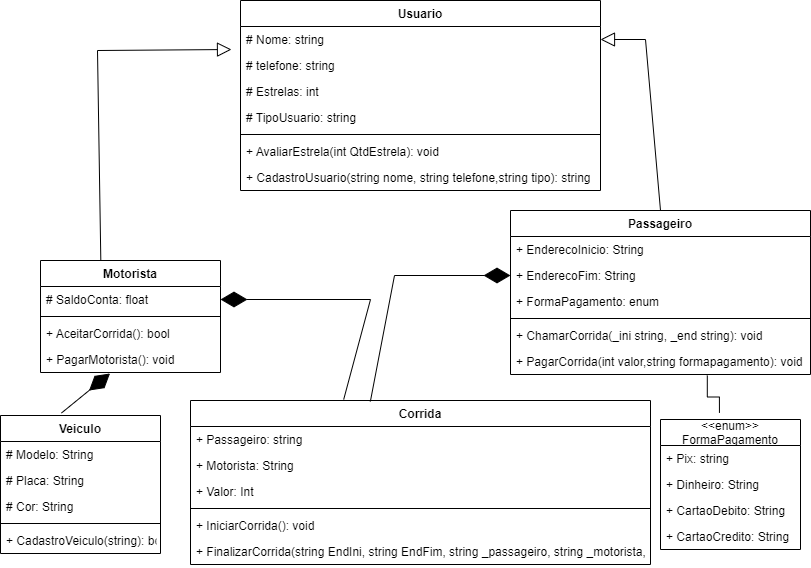
Before: DiagramaDeClasse.png, a diagram exported from draw.io (fabarl/Desafio). Source tidied: cells renumbered, new cells last; positions are measured from the earlier drawing's top-left corner, leaving out a move shared by most shapes.
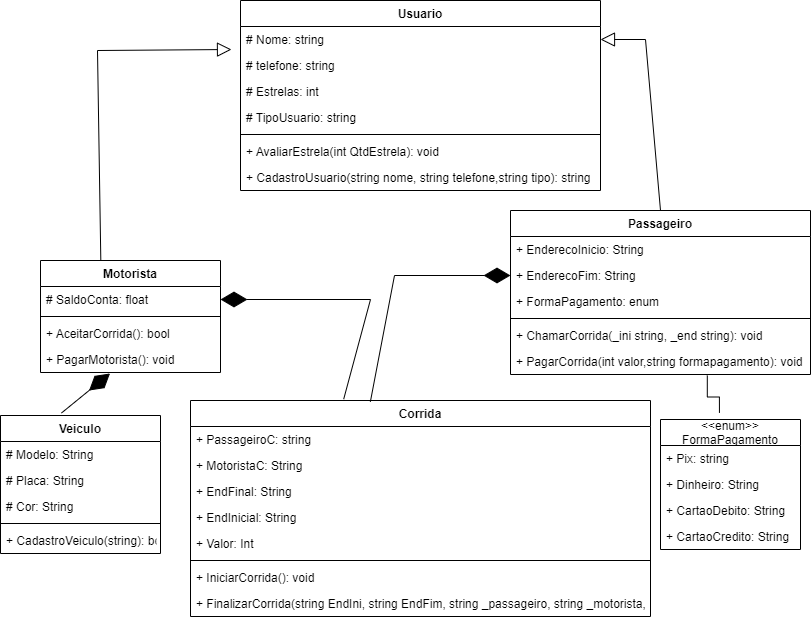
The same diagram one commit later.

Commit message:
Atualizado a Classe Corrida

Change to the diagram source:
```diff
@@ -27,25 +27,31 @@
       <mxGeometry y="164" width="360" height="26" as="geometry" />
     </mxCell>
     <mxCell id="10" value="Corrida" style="swimlane;fontStyle=1;align=center;verticalAlign=top;horizontal=1;startSize=26;" parent="1" vertex="1">
-      <mxGeometry x="190" y="400" width="460" height="164" as="geometry" />
+      <mxGeometry x="190" y="400" width="460" height="216" as="geometry" />
     </mxCell>
-    <mxCell id="11" value="+ Passageiro: string" style="text;strokeColor=none;fillColor=none;align=left;verticalAlign=top;spacingLeft=4;spacingRight=4;overflow=hidden;" parent="10" vertex="1">
+    <mxCell id="11" value="+ PassageiroC: string" style="text;strokeColor=none;fillColor=none;align=left;verticalAlign=top;spacingLeft=4;spacingRight=4;overflow=hidden;" parent="10" vertex="1">
       <mxGeometry y="26" width="460" height="26" as="geometry" />
     </mxCell>
-    <mxCell id="12" value="+ Motorista: String" style="text;strokeColor=none;fillColor=none;align=left;verticalAlign=top;spacingLeft=4;spacingRight=4;overflow=hidden;" parent="10" vertex="1">
+    <mxCell id="12" value="+ MotoristaC: String" style="text;strokeColor=none;fillColor=none;align=left;verticalAlign=top;spacingLeft=4;spacingRight=4;overflow=hidden;" parent="10" vertex="1">
       <mxGeometry y="52" width="460" height="26" as="geometry" />
     </mxCell>
+    <mxCell id="46" value="+ EndFinal: String" style="text;strokeColor=none;fillColor=none;align=left;verticalAlign=top;spacingLeft=4;spacingRight=4;overflow=hidden;" parent="10" vertex="1">
+      <mxGeometry y="78" width="460" height="26" as="geometry" />
+    </mxCell>
+    <mxCell id="47" value="+ EndInicial: String" style="text;strokeColor=none;fillColor=none;align=left;verticalAlign=top;spacingLeft=4;spacingRight=4;overflow=hidden;" parent="10" vertex="1">
+      <mxGeometry y="104" width="460" height="26" as="geometry" />
+    </mxCell>
     <mxCell id="13" value="+ Valor: Int" style="text;strokeColor=none;fillColor=none;align=left;verticalAlign=top;spacingLeft=4;spacingRight=4;overflow=hidden;" parent="10" vertex="1">
-      <mxGeometry y="78" width="460" height="26" as="geometry" />
+      <mxGeometry y="130" width="460" height="26" as="geometry" />
     </mxCell>
     <mxCell id="14" style="line;strokeWidth=1;fillColor=none;align=left;verticalAlign=middle;spacingTop=-1;spacingLeft=3;spacingRight=3;labelPosition=right;" parent="10" vertex="1">
-      <mxGeometry y="104" width="460" height="8" as="geometry" />
+      <mxGeometry y="156" width="460" height="8" as="geometry" />
     </mxCell>
     <mxCell id="15" value="+ IniciarCorrida(): void" style="text;strokeColor=none;fillColor=none;align=left;verticalAlign=top;spacingLeft=4;spacingRight=4;overflow=hidden;" parent="10" vertex="1">
-      <mxGeometry y="112" width="460" height="26" as="geometry" />
+      <mxGeometry y="164" width="460" height="26" as="geometry" />
     </mxCell>
     <mxCell id="16" value="+ FinalizarCorrida(string EndIni, string EndFim, string _passageiro, string _motorista, float vlr): void" style="text;strokeColor=none;fillColor=none;align=left;verticalAlign=top;spacingLeft=4;spacingRight=4;overflow=hidden;" parent="10" vertex="1">
-      <mxGeometry y="138" width="460" height="26" as="geometry" />
+      <mxGeometry y="190" width="460" height="26" as="geometry" />
     </mxCell>
     <mxCell id="17" value="Motorista" style="swimlane;fontStyle=1;align=center;verticalAlign=top;horizontal=1;startSize=26;" parent="1" vertex="1">
       <mxGeometry x="40" y="260" width="180" height="112" as="geometry" />
```
